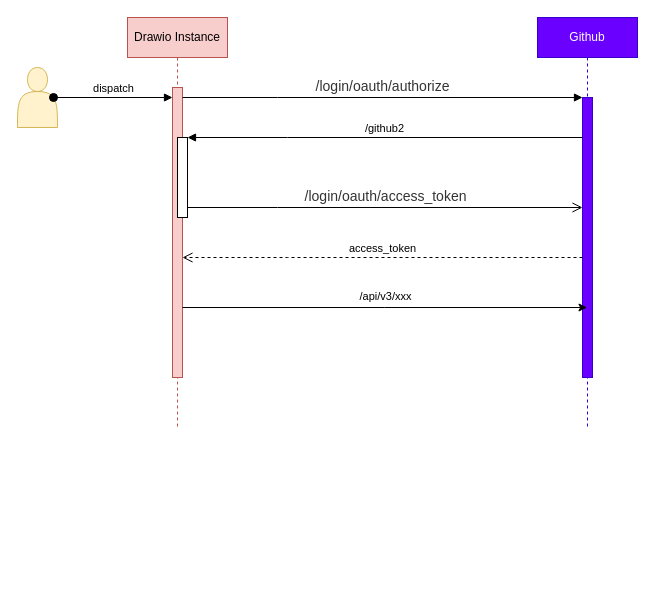
The draw.io diagram page "github-authentication" (1 of 2) of docs/assets/drawio/wiki-drawio.drawio in ShaoOrg/bulletin, before the edit. Source tidied: cells renumbered, new cells numbered last; positions are measured from the earlier drawing's top-left corner, leaving out a move shared by most shapes. Both pictures are drawn from the tidied source at 100%, with x=0, y=0 at pixel (17, 17).
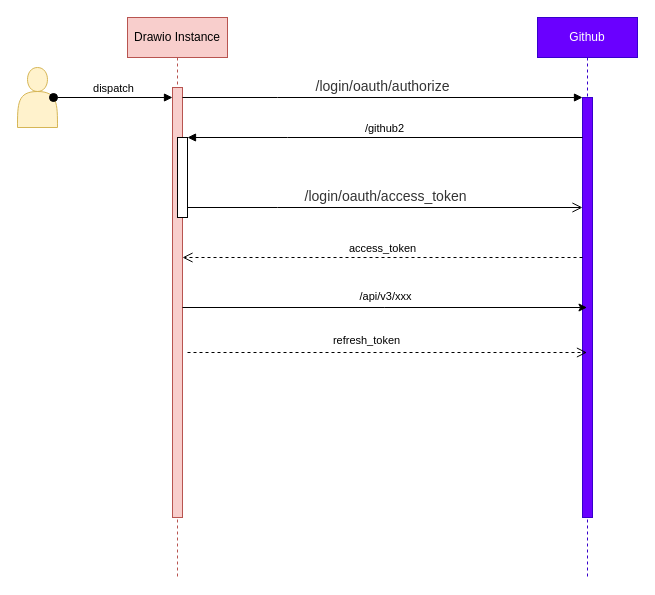
After the change.

Commit message:
commit by web api from 50963af3a787

Change to the diagram source:
```diff
@@
     <mxCell id="2" value="Drawio Instance" style="shape=umlLifeline;perimeter=lifelinePerimeter;whiteSpace=wrap;html=1;newEdgeStyle={&quot;edgeStyle&quot;:&quot;elbowEdgeStyle&quot;,&quot;elbow&quot;:&quot;vertical&quot;,&quot;curved&quot;:0,&quot;rounded&quot;:0};fillColor=#f8cecc;strokeColor=#b85450;" parent="1" vertex="1">
-      <mxGeometry x="110" width="100" height="410" as="geometry" />
+      <mxGeometry x="110" width="100" height="560" as="geometry" />
     </mxCell>
     <mxCell id="3" style="html=1;points=[];perimeter=orthogonalPerimeter;outlineConnect=0;targetShapes=umlLifeline;portConstraint=eastwest;newEdgeStyle={&quot;edgeStyle&quot;:&quot;elbowEdgeStyle&quot;,&quot;elbow&quot;:&quot;vertical&quot;,&quot;curved&quot;:0,&quot;rounded&quot;:0};fillColor=#f8cecc;strokeColor=#b85450;" parent="2" vertex="1">
-      <mxGeometry x="45" y="70" width="10" height="290" as="geometry" />
+      <mxGeometry x="45" y="70" width="10" height="430" as="geometry" />
     </mxCell>
@@
     <mxCell id="5" value="Github" style="shape=umlLifeline;perimeter=lifelinePerimeter;whiteSpace=wrap;html=1;newEdgeStyle={&quot;edgeStyle&quot;:&quot;elbowEdgeStyle&quot;,&quot;elbow&quot;:&quot;vertical&quot;,&quot;curved&quot;:0,&quot;rounded&quot;:0};fillColor=#6a00ff;strokeColor=#3700CC;fontColor=#ffffff;" parent="1" vertex="1">
-      <mxGeometry x="520" width="100" height="410" as="geometry" />
+      <mxGeometry x="520" width="100" height="560" as="geometry" />
     </mxCell>
     <mxCell id="6" style="html=1;points=[];perimeter=orthogonalPerimeter;outlineConnect=0;targetShapes=umlLifeline;portConstraint=eastwest;newEdgeStyle={&quot;edgeStyle&quot;:&quot;elbowEdgeStyle&quot;,&quot;elbow&quot;:&quot;vertical&quot;,&quot;curved&quot;:0,&quot;rounded&quot;:0};fillColor=#6a00ff;fontColor=#ffffff;strokeColor=#3700CC;" parent="5" vertex="1">
-      <mxGeometry x="45" y="80" width="10" height="280" as="geometry" />
+      <mxGeometry x="45" y="80" width="10" height="420" as="geometry" />
     </mxCell>
@@
+    <mxCell id="15" style="edgeStyle=elbowEdgeStyle;rounded=0;orthogonalLoop=1;jettySize=auto;html=1;elbow=horizontal;curved=0;dashed=1;strokeColor=default;align=center;verticalAlign=bottom;fontFamily=Helvetica;fontSize=11;fontColor=default;labelBackgroundColor=default;endArrow=open;endSize=8;" parent="1" edge="1">
+      <mxGeometry relative="1" as="geometry">
+        <mxPoint x="170" y="335" as="sourcePoint" />
+        <mxPoint x="569.5" y="335" as="targetPoint" />
+      </mxGeometry>
+    </mxCell>
+    <mxCell id="16" value="refresh_token" style="edgeLabel;html=1;align=center;verticalAlign=middle;fontFamily=Helvetica;fontSize=11;fontColor=default;labelBackgroundColor=default;fillColor=none;gradientColor=none;" parent="15" vertex="1">
+      <mxGeometry x="-0.18" y="-3" relative="1" as="geometry">
+        <mxPoint x="14" y="-16" as="offset" />
+      </mxGeometry>
+    </mxCell>
```
